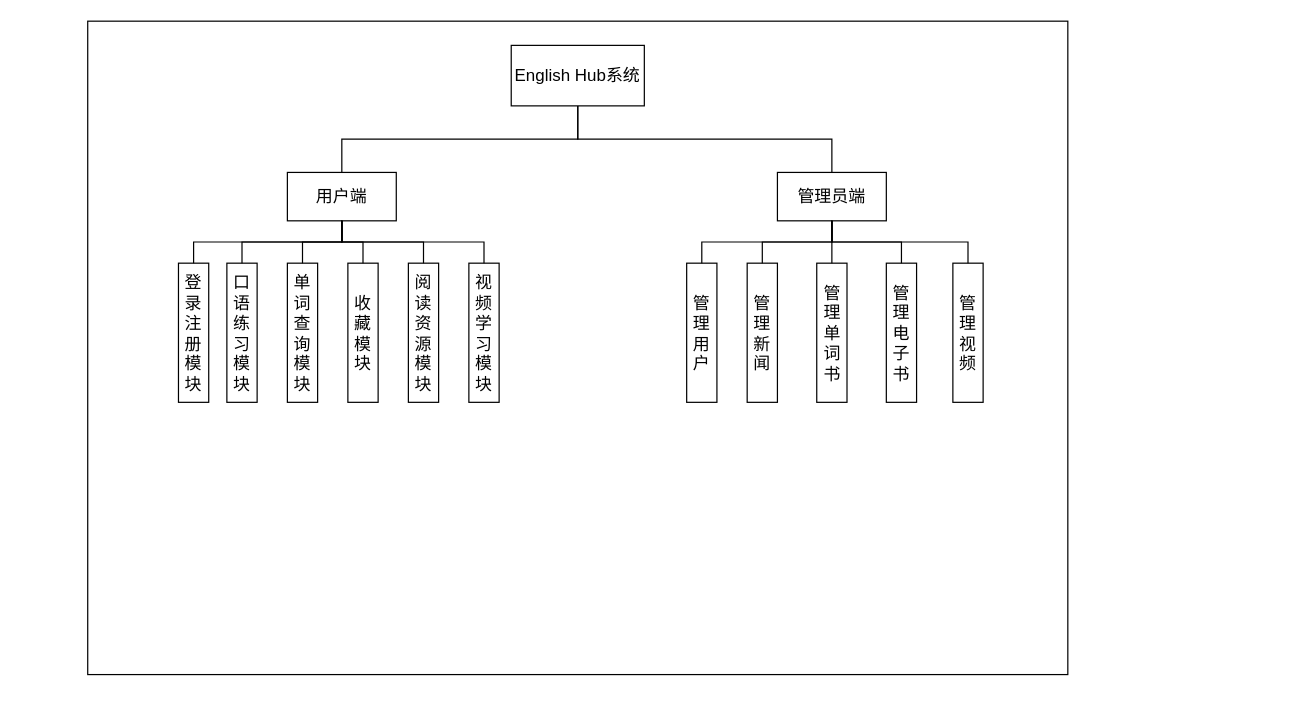
This is 系统需求分析框架.drawio from 6Yolo6/GraduationDesign, a draw.io file, before an edit. Source tidied: cells renumbered, new cells numbered last; positions are measured from the earlier drawing's top-left corner, leaving out a move shared by most shapes. Both pictures are drawn from the tidied source at 121%, with x=0, y=0 at pixel (87, 21).
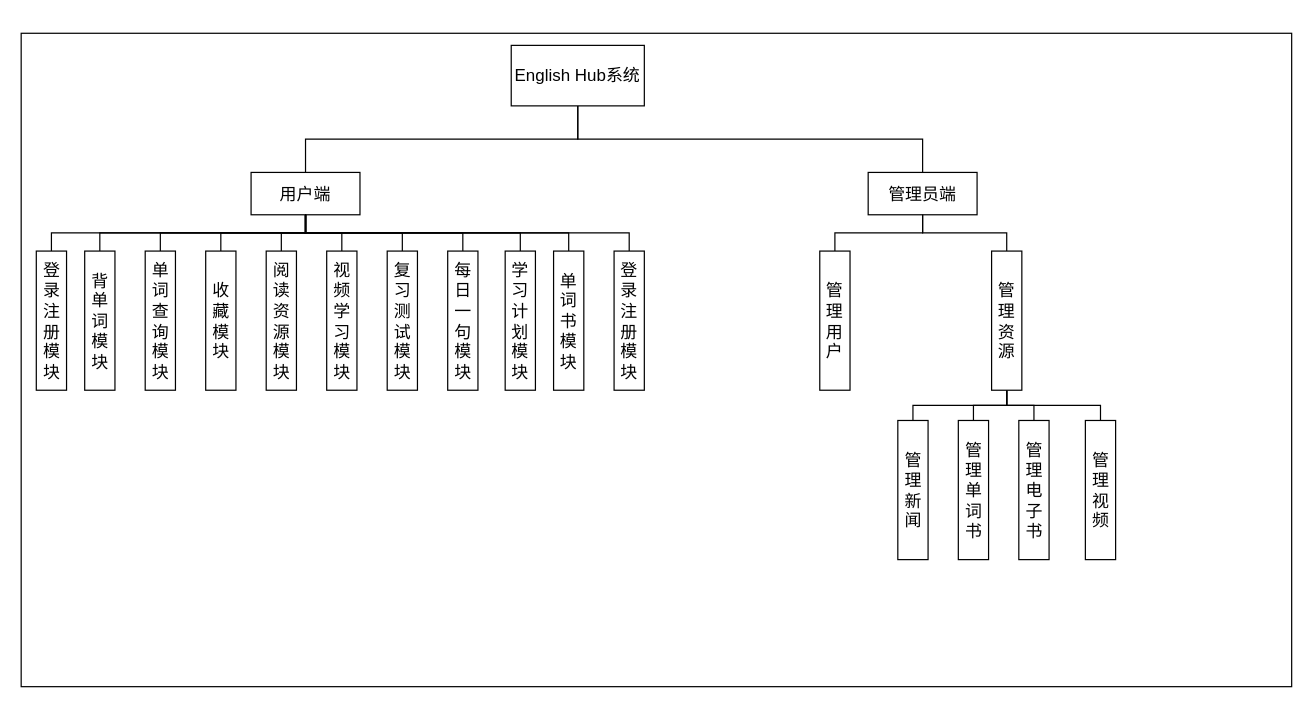
The same diagram, later.

Commit message:
更新系统需求分析框架.drawio

The edit, as a diff of the source:
```diff
@@
     <mxCell id="2" style="rounded=0;whiteSpace=wrap;html=1;" parent="1" vertex="1">
-      <mxGeometry width="810" height="540" as="geometry" />
+      <mxGeometry x="-55" y="10" width="1050" height="540" as="geometry" />
     </mxCell>
@@
     <mxCell id="4" value="用户端" style="rounded=0;whiteSpace=wrap;html=1;fontSize=14;" parent="1" vertex="1">
-      <mxGeometry x="165" y="125" width="90" height="40" as="geometry" />
+      <mxGeometry x="135" y="125" width="90" height="35" as="geometry" />
     </mxCell>
     <mxCell id="5" value="管理员端" style="rounded=0;whiteSpace=wrap;html=1;fontSize=14;" parent="1" vertex="1">
-      <mxGeometry x="570" y="125" width="90" height="40" as="geometry" />
+      <mxGeometry x="645" y="125" width="90" height="35" as="geometry" />
     </mxCell>
     <mxCell id="6" value="登录注册模块" style="rounded=0;whiteSpace=wrap;html=1;fontSize=14;direction=south;" parent="1" vertex="1">
-      <mxGeometry x="75" y="200" width="25" height="115" as="geometry" />
+      <mxGeometry x="-42.5" y="190" width="25" height="115" as="geometry" />
     </mxCell>
@@
-    <mxCell id="10" value="口语练习模块" style="rounded=0;whiteSpace=wrap;html=1;fontSize=14;direction=south;" parent="1" vertex="1">
-      <mxGeometry x="115" y="200" width="25" height="115" as="geometry" />
+    <mxCell id="10" value="背单词模块" style="rounded=0;whiteSpace=wrap;html=1;fontSize=14;direction=south;" parent="1" vertex="1">
+      <mxGeometry x="-2.5" y="190" width="25" height="115" as="geometry" />
     </mxCell>
     <mxCell id="11" value="管理用户" style="rounded=0;whiteSpace=wrap;html=1;fontSize=14;direction=south;" parent="1" vertex="1">
-      <mxGeometry x="495" y="200" width="25" height="115" as="geometry" />
+      <mxGeometry x="605" y="190" width="25" height="115" as="geometry" />
     </mxCell>
     <mxCell id="12" value="管理新闻" style="rounded=0;whiteSpace=wrap;html=1;fontSize=14;direction=south;" parent="1" vertex="1">
-      <mxGeometry x="545" y="200" width="25" height="115" as="geometry" />
+      <mxGeometry x="669.5" y="330" width="25" height="115" as="geometry" />
     </mxCell>
     <mxCell id="13" value="管理单词书" style="rounded=0;whiteSpace=wrap;html=1;fontSize=14;direction=south;" parent="1" vertex="1">
-      <mxGeometry x="602.5" y="200" width="25" height="115" as="geometry" />
+      <mxGeometry x="719.5" y="330" width="25" height="115" as="geometry" />
     </mxCell>
     <mxCell id="14" value="管理电子书" style="rounded=0;whiteSpace=wrap;html=1;fontSize=14;direction=south;" parent="1" vertex="1">
-      <mxGeometry x="660" y="200" width="25" height="115" as="geometry" />
+      <mxGeometry x="769.5" y="330" width="25" height="115" as="geometry" />
     </mxCell>
     <mxCell id="15" value="管理视频" style="rounded=0;whiteSpace=wrap;html=1;fontSize=14;direction=south;" parent="1" vertex="1">
-      <mxGeometry x="715" y="200" width="25" height="115" as="geometry" />
+      <mxGeometry x="824.5" y="330" width="25" height="115" as="geometry" />
     </mxCell>
-    <mxCell id="16" style="endArrow=none;html=1;rounded=0;entryX=0.5;entryY=1;entryDx=0;entryDy=0;exitX=0;exitY=0.5;exitDx=0;exitDy=0;edgeStyle=orthogonalEdgeStyle;" parent="1" edge="1" source="13" target="5">
+    <mxCell id="16" style="endArrow=none;html=1;rounded=0;entryX=1;entryY=0.5;entryDx=0;entryDy=0;exitX=0;exitY=0.5;exitDx=0;exitDy=0;edgeStyle=orthogonalEdgeStyle;" parent="1" edge="1" source="13" target="40">
       <mxGeometry relative="1" as="geometry" />
     </mxCell>
-    <mxCell id="17" style="endArrow=none;html=1;rounded=0;entryX=0.5;entryY=1;entryDx=0;entryDy=0;exitX=0;exitY=0.5;exitDx=0;exitDy=0;edgeStyle=orthogonalEdgeStyle;" parent="1" edge="1" source="11" target="5">
-      <mxGeometry relative="1" as="geometry" />
-    </mxCell>
-    <mxCell id="18" style="endArrow=none;html=1;rounded=0;entryX=0.5;entryY=1;entryDx=0;entryDy=0;exitX=0;exitY=0.5;exitDx=0;exitDy=0;edgeStyle=orthogonalEdgeStyle;" parent="1" edge="1" source="12" target="5">
+    <mxCell id="18" style="endArrow=none;html=1;rounded=0;entryX=1;entryY=0.5;entryDx=0;entryDy=0;exitX=0;exitY=0.5;exitDx=0;exitDy=0;edgeStyle=orthogonalEdgeStyle;" parent="1" edge="1" source="12" target="40">
       <mxGeometry relative="1" as="geometry" />
     </mxCell>
-    <mxCell id="19" style="endArrow=none;html=1;rounded=0;entryX=0.5;entryY=1;entryDx=0;entryDy=0;exitX=0;exitY=0.5;exitDx=0;exitDy=0;edgeStyle=orthogonalEdgeStyle;" parent="1" edge="1" source="14" target="5">
+    <mxCell id="19" style="endArrow=none;html=1;rounded=0;entryX=1;entryY=0.5;entryDx=0;entryDy=0;exitX=0;exitY=0.5;exitDx=0;exitDy=0;edgeStyle=orthogonalEdgeStyle;" parent="1" edge="1" source="14" target="40">
       <mxGeometry relative="1" as="geometry" />
     </mxCell>
-    <mxCell id="20" style="endArrow=none;html=1;rounded=0;entryX=0.5;entryY=1;entryDx=0;entryDy=0;exitX=0;exitY=0.5;exitDx=0;exitDy=0;edgeStyle=orthogonalEdgeStyle;" parent="1" edge="1" source="15" target="5">
+    <mxCell id="20" style="endArrow=none;html=1;rounded=0;entryX=1;entryY=0.5;entryDx=0;entryDy=0;exitX=0;exitY=0.5;exitDx=0;exitDy=0;edgeStyle=orthogonalEdgeStyle;" parent="1" edge="1" source="15" target="40">
       <mxGeometry relative="1" as="geometry" />
     </mxCell>
     <mxCell id="21" value="单词查询模块" style="rounded=0;whiteSpace=wrap;html=1;fontSize=14;direction=south;" parent="1" vertex="1">
-      <mxGeometry x="165" y="200" width="25" height="115" as="geometry" />
+      <mxGeometry x="47.5" y="190" width="25" height="115" as="geometry" />
     </mxCell>
     <mxCell id="22" value="阅读资源模块" style="rounded=0;whiteSpace=wrap;html=1;fontSize=14;direction=south;" parent="1" vertex="1">
-      <mxGeometry x="265" y="200" width="25" height="115" as="geometry" />
+      <mxGeometry x="147.5" y="190" width="25" height="115" as="geometry" />
     </mxCell>
@@
     <mxCell id="26" value="视频学习模块" style="rounded=0;whiteSpace=wrap;html=1;fontSize=14;direction=south;" parent="1" vertex="1">
-      <mxGeometry x="315" y="200" width="25" height="115" as="geometry" />
+      <mxGeometry x="197.5" y="190" width="25" height="115" as="geometry" />
     </mxCell>
@@
     <mxCell id="28" value="收藏模块" style="rounded=0;whiteSpace=wrap;html=1;fontSize=14;direction=south;" parent="1" vertex="1">
-      <mxGeometry x="215" y="200" width="25" height="115" as="geometry" />
+      <mxGeometry x="97.5" y="190" width="25" height="115" as="geometry" />
     </mxCell>
@@
+    <mxCell id="30" value="复习测试模块" style="rounded=0;whiteSpace=wrap;html=1;fontSize=14;direction=south;" parent="1" vertex="1">
+      <mxGeometry x="247.5" y="190" width="25" height="115" as="geometry" />
+    </mxCell>
+    <mxCell id="31" value="每日一句模块" style="rounded=0;whiteSpace=wrap;html=1;fontSize=14;direction=south;" parent="1" vertex="1">
+      <mxGeometry x="297.5" y="190" width="25" height="115" as="geometry" />
+    </mxCell>
+    <mxCell id="32" value="学习计划模块" style="rounded=0;whiteSpace=wrap;html=1;fontSize=14;direction=south;" parent="1" vertex="1">
+      <mxGeometry x="345" y="190" width="25" height="115" as="geometry" />
+    </mxCell>
+    <mxCell id="33" value="单词书模块" style="rounded=0;whiteSpace=wrap;html=1;fontSize=14;direction=south;" parent="1" vertex="1">
+      <mxGeometry x="385" y="190" width="25" height="115" as="geometry" />
+    </mxCell>
+    <mxCell id="34" value="登录注册模块" style="rounded=0;whiteSpace=wrap;html=1;fontSize=14;direction=south;" parent="1" vertex="1">
+      <mxGeometry x="435" y="190" width="25" height="115" as="geometry" />
+    </mxCell>
+    <mxCell id="35" style="endArrow=none;html=1;rounded=0;entryX=0.5;entryY=1;entryDx=0;entryDy=0;exitX=0;exitY=0.5;exitDx=0;exitDy=0;edgeStyle=orthogonalEdgeStyle;" parent="1" edge="1" source="30" target="4">
+      <mxGeometry relative="1" as="geometry" />
+    </mxCell>
+    <mxCell id="36" style="endArrow=none;html=1;rounded=0;entryX=0.5;entryY=1;entryDx=0;entryDy=0;exitX=0;exitY=0.5;exitDx=0;exitDy=0;edgeStyle=orthogonalEdgeStyle;" parent="1" edge="1" source="31" target="4">
+      <mxGeometry relative="1" as="geometry" />
+    </mxCell>
+    <mxCell id="37" style="endArrow=none;html=1;rounded=0;entryX=0.5;entryY=1;entryDx=0;entryDy=0;exitX=0;exitY=0.5;exitDx=0;exitDy=0;edgeStyle=orthogonalEdgeStyle;" parent="1" edge="1" source="32" target="4">
+      <mxGeometry relative="1" as="geometry" />
+    </mxCell>
+    <mxCell id="38" style="endArrow=none;html=1;rounded=0;entryX=0.5;entryY=1;entryDx=0;entryDy=0;exitX=0;exitY=0.5;exitDx=0;exitDy=0;edgeStyle=orthogonalEdgeStyle;" parent="1" edge="1" source="33" target="4">
+      <mxGeometry relative="1" as="geometry" />
+    </mxCell>
+    <mxCell id="39" style="endArrow=none;html=1;rounded=0;entryX=0.5;entryY=1;entryDx=0;entryDy=0;exitX=0;exitY=0.5;exitDx=0;exitDy=0;edgeStyle=orthogonalEdgeStyle;" parent="1" edge="1" source="34" target="4">
+      <mxGeometry relative="1" as="geometry" />
+    </mxCell>
+    <mxCell id="40" value="管理资源" style="rounded=0;whiteSpace=wrap;html=1;fontSize=14;direction=south;" parent="1" vertex="1">
+      <mxGeometry x="747" y="190" width="25" height="115" as="geometry" />
+    </mxCell>
+    <mxCell id="17" style="endArrow=none;html=1;rounded=0;entryX=0.5;entryY=1;entryDx=0;entryDy=0;exitX=0;exitY=0.5;exitDx=0;exitDy=0;edgeStyle=orthogonalEdgeStyle;" parent="1" edge="1" source="11" target="5">
+      <mxGeometry relative="1" as="geometry" />
+    </mxCell>
+    <mxCell id="41" style="endArrow=none;html=1;rounded=0;entryX=0.5;entryY=1;entryDx=0;entryDy=0;exitX=0;exitY=0.5;exitDx=0;exitDy=0;edgeStyle=orthogonalEdgeStyle;" parent="1" edge="1" source="40" target="5">
+      <mxGeometry relative="1" as="geometry" />
+    </mxCell>
```
